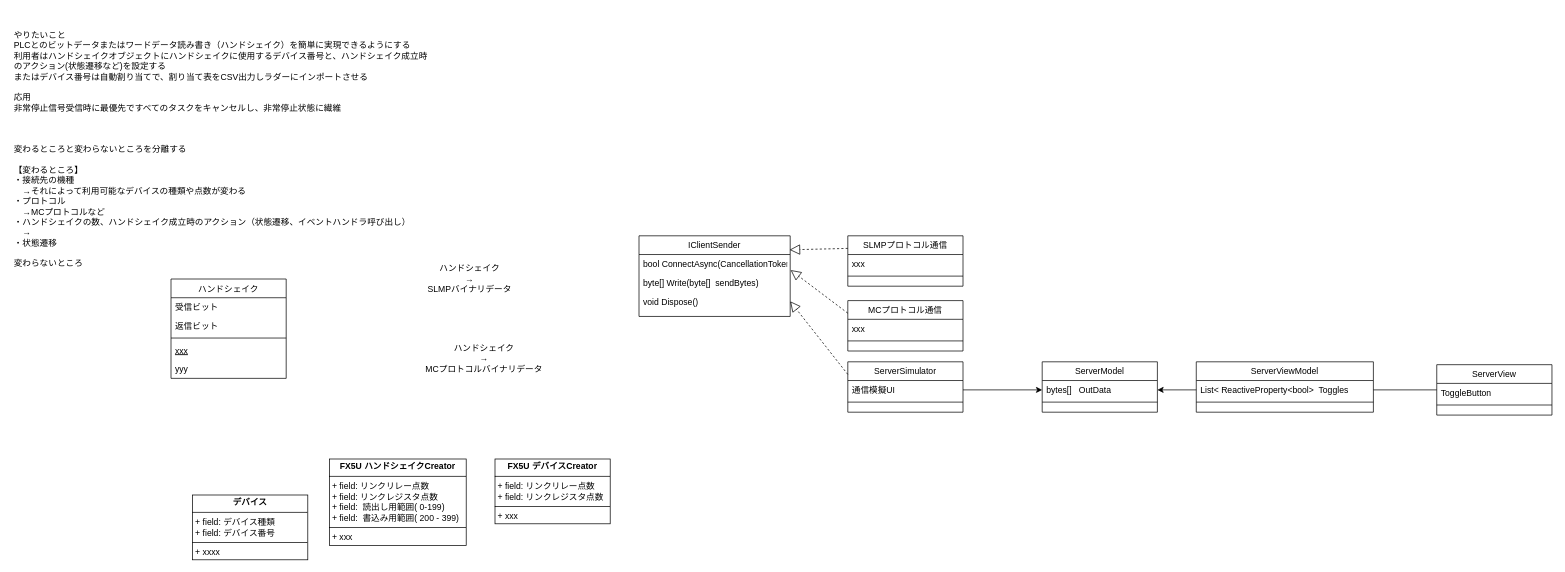
Above: page "Page-1" (1 of 2) of plc.drawio in kittaka12341/PLC (draw.io), before the change. Source tidied: cells renumbered, new cells numbered last; positions are measured from the earlier drawing's top-left corner, leaving out a move shared by most shapes. Both pictures are drawn from the tidied source at 72%, with x=0, y=0 at pixel (12, 27).
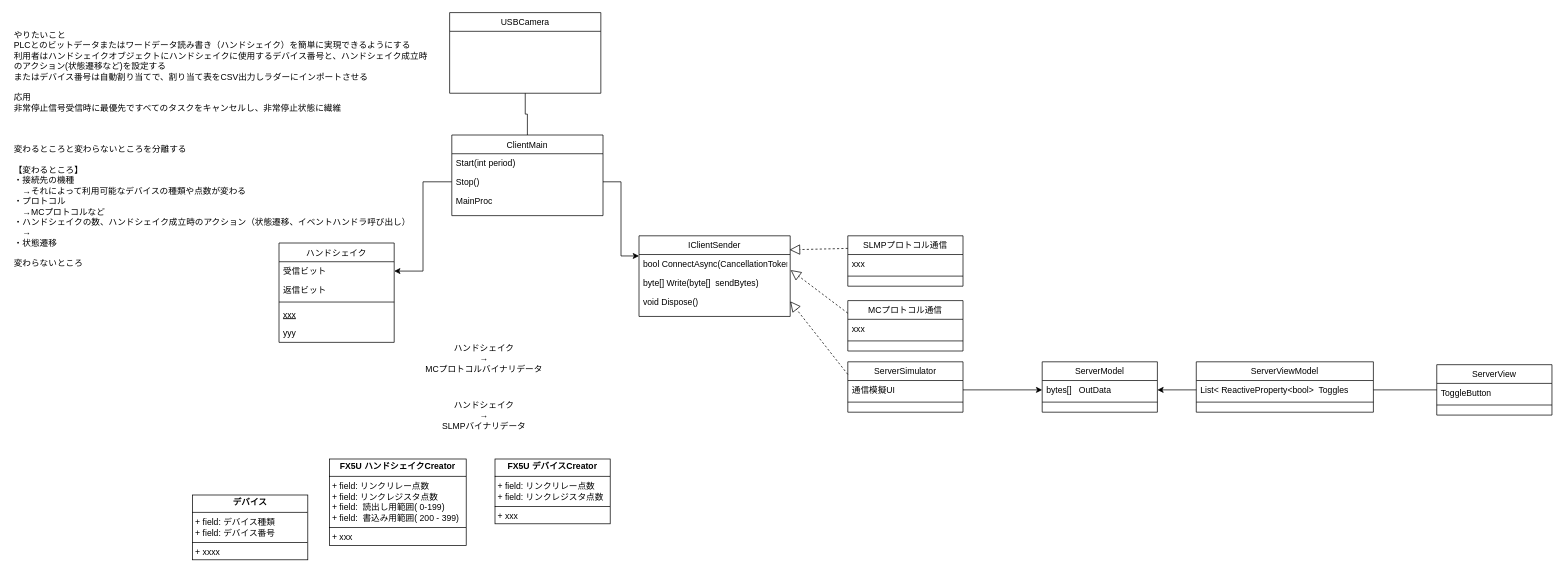
The same diagram, later.

The change refers to these unchanged cells:
```xml
<mxCell id="3" value="受信ビット" style="text;align=left;verticalAlign=top;spacingLeft=4;spacingRight=4;overflow=hidden;points=[[0,0.5],[1,0.5]];portConstraint=eastwest;" parent="2" vertex="1">
  <mxGeometry y="26" width="160" height="26" as="geometry" />
</mxCell>
<mxCell id="23" value="IClientSender" style="swimlane;fontStyle=0;align=center;verticalAlign=top;horizontal=1;startSize=26;rounded=0;shadow=0;strokeWidth=1;" parent="1" vertex="1">
  <mxGeometry x="870" y="290" width="210" height="112" as="geometry" />
</mxCell>
```

The edit, as a diff of the source:
```diff
@@
     <mxCell id="2" value="ハンドシェイク" style="swimlane;fontStyle=0;align=center;verticalAlign=top;horizontal=1;startSize=26;rounded=0;shadow=0;strokeWidth=1;" parent="1" vertex="1">
-      <mxGeometry x="220" y="350" width="160" height="138" as="geometry" />
+      <mxGeometry x="370" y="300" width="160" height="138" as="geometry" />
     </mxCell>
@@
     <mxCell id="16" value="ハンドシェイク&lt;div&gt;→&lt;/div&gt;&lt;div&gt;SLMPバイナリデータ&lt;/div&gt;" style="text;html=1;align=center;verticalAlign=middle;whiteSpace=wrap;rounded=0;" parent="1" vertex="1">
-      <mxGeometry x="500" y="310" width="270" height="80" as="geometry" />
+      <mxGeometry x="520" y="500" width="270" height="80" as="geometry" />
     </mxCell>
@@
+    <mxCell id="42" value="ClientMain" style="swimlane;fontStyle=0;align=center;verticalAlign=top;horizontal=1;startSize=26;rounded=0;shadow=0;strokeWidth=1;" parent="1" vertex="1">
+      <mxGeometry x="610" y="150" width="210" height="112" as="geometry" />
+    </mxCell>
+    <mxCell id="43" value="Start(int period)" style="text;align=left;verticalAlign=top;spacingLeft=4;spacingRight=4;overflow=hidden;" parent="42" vertex="1">
+      <mxGeometry y="26" width="210" height="26" as="geometry" />
+    </mxCell>
+    <mxCell id="44" value="Stop()" style="text;align=left;verticalAlign=top;spacingLeft=4;spacingRight=4;overflow=hidden;points=[[0,0.5],[1,0.5]];portConstraint=eastwest;" parent="42" vertex="1">
+      <mxGeometry y="52" width="210" height="26" as="geometry" />
+    </mxCell>
+    <mxCell id="45" value="MainProc" style="text;align=left;verticalAlign=top;spacingLeft=4;spacingRight=4;overflow=hidden;" parent="42" vertex="1">
+      <mxGeometry y="78" width="210" height="26" as="geometry" />
+    </mxCell>
+    <mxCell id="46" style="edgeStyle=orthogonalEdgeStyle;rounded=0;jettySize=auto;html=1;exitX=1;exitY=0.5;exitDx=0;exitDy=0;entryX=0;entryY=0.25;entryDx=0;entryDy=0;" parent="1" edge="1" source="44" target="23">
+      <mxGeometry relative="1" as="geometry" />
+    </mxCell>
+    <mxCell id="47" style="edgeStyle=orthogonalEdgeStyle;rounded=0;jettySize=auto;html=1;exitX=0;exitY=0.5;exitDx=0;exitDy=0;entryX=1;entryY=0.5;entryDx=0;entryDy=0;" parent="1" edge="1" source="44" target="3">
+      <mxGeometry relative="1" as="geometry" />
+    </mxCell>
+    <mxCell id="48" style="edgeStyle=orthogonalEdgeStyle;rounded=0;jettySize=auto;html=1;exitX=0.5;exitY=1;exitDx=0;exitDy=0;entryX=0.5;entryY=0;entryDx=0;entryDy=0;endArrow=none;endFill=0;" parent="1" edge="1" source="49" target="42">
+      <mxGeometry relative="1" as="geometry" />
+    </mxCell>
+    <mxCell id="49" value="USBCamera" style="swimlane;fontStyle=0;align=center;verticalAlign=top;horizontal=1;startSize=26;rounded=0;shadow=0;strokeWidth=1;" parent="1" vertex="1">
+      <mxGeometry x="607" y="-20" width="210" height="112" as="geometry" />
+    </mxCell>
```
